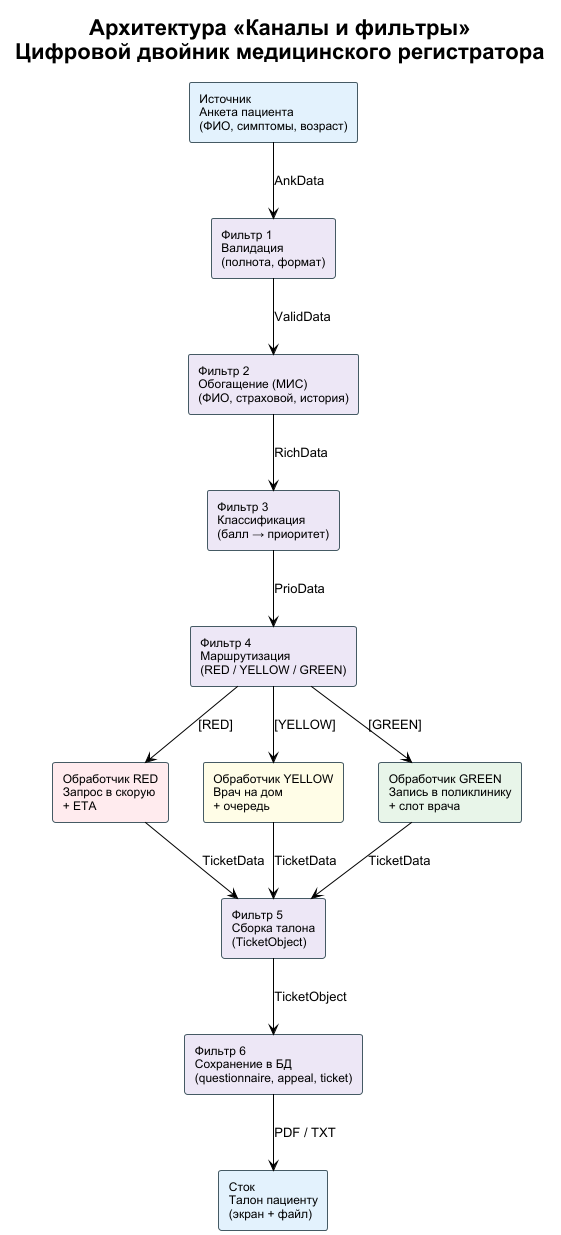
Before: docs/diagrams/pipes_filters.png, a diagram exported from PlantUML (Titan0zxc/med_registrator).
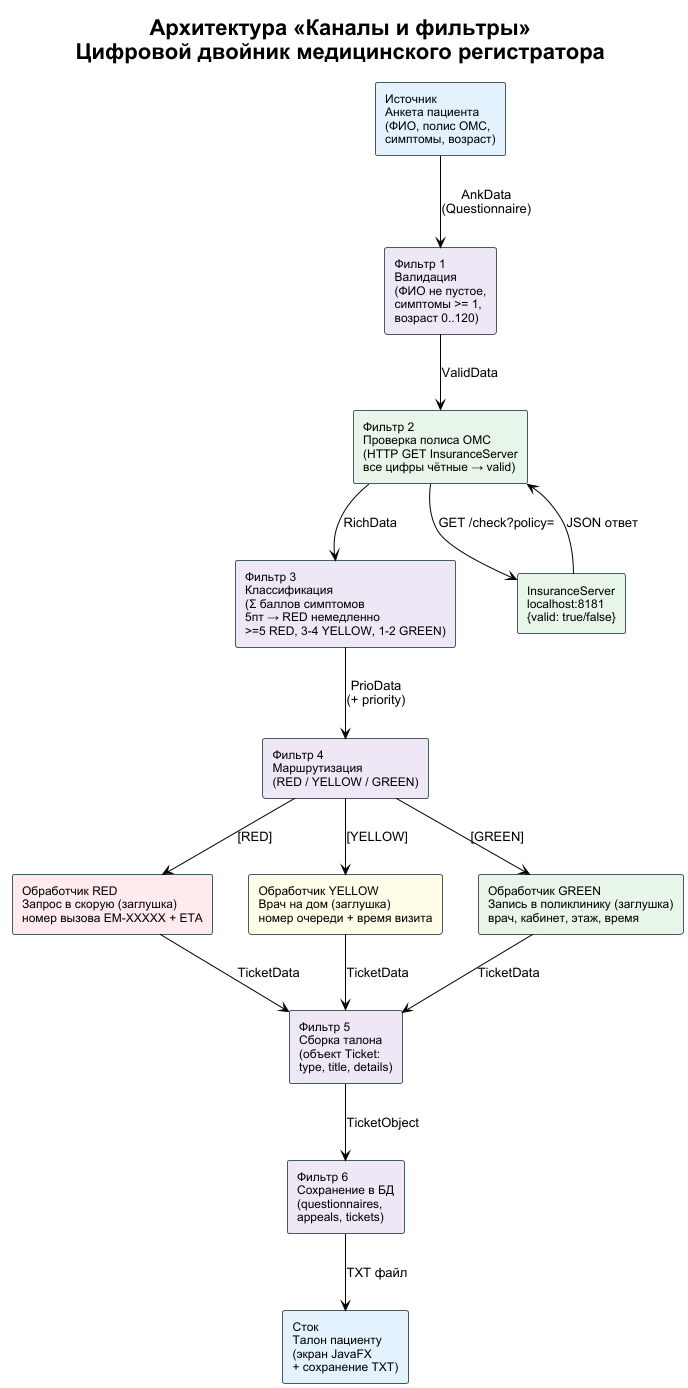
Later version of the same file.

What changed in the source:
```diff
@@ -8,24 +8,36 @@
 
 title Архитектура «Каналы и фильтры»\nЦифровой двойник медицинского регистратора
 
-rectangle "Источник\nАнкета пациента\n(ФИО, симптомы, возраст)" as SRC #E3F2FD
-rectangle "Фильтр 1\nВалидация\n(полнота, формат)" as F1 #EDE7F6
-rectangle "Фильтр 2\nОбогащение (МИС)\n(ФИО, страховой, история)" as F2 #EDE7F6
-rectangle "Фильтр 3\nКлассификация\n(балл → приоритет)" as F3 #EDE7F6
+rectangle "Источник\nАнкета пациента\n(ФИО, полис ОМС,\nсимптомы, возраст)" as SRC #E3F2FD
+
+rectangle "Фильтр 1\nВалидация\n(ФИО не пустое,\nсимптомы >= 1,\nвозраст 0..120)" as F1 #EDE7F6
+
+rectangle "Фильтр 2\nПроверка полиса ОМС\n(HTTP GET InsuranceServer\nвсе цифры чётные → valid)" as F2 #E8F5E9
+
+rectangle "Фильтр 3\nКлассификация\n(Σ баллов симптомов\n5пт → RED немедленно\n>=5 RED, 3-4 YELLOW, 1-2 GREEN)" as F3 #EDE7F6
+
 rectangle "Фильтр 4\nМаршрутизация\n(RED / YELLOW / GREEN)" as F4 #EDE7F6
 
-rectangle "Обработчик RED\nЗапрос в скорую\n+ ETA" as HRED #FFEBEE
-rectangle "Обработчик YELLOW\nВрач на дом\n+ очередь" as HYEL #FFFDE7
-rectangle "Обработчик GREEN\nЗапись в поликлинику\n+ слот врача" as HGRN #E8F5E9
+rectangle "Обработчик RED\nЗапрос в скорую (заглушка)\nномер вызова EM-XXXXX + ETA" as HRED #FFEBEE
 
-rectangle "Фильтр 5\nСборка талона\n(TicketObject)" as F5 #EDE7F6
-rectangle "Фильтр 6\nСохранение в БД\n(questionnaire, appeal, ticket)" as F6 #EDE7F6
-rectangle "Сток\nТалон пациенту\n(экран + файл)" as SNK #E3F2FD
+rectangle "Обработчик YELLOW\nВрач на дом (заглушка)\nномер очереди + время визита" as HYEL #FFFDE7
 
-SRC --> F1 : AnkData
+rectangle "Обработчик GREEN\nЗапись в поликлинику (заглушка)\nврач, кабинет, этаж, время" as HGRN #E8F5E9
+
+rectangle "Фильтр 5\nСборка талона\n(объект Ticket:\ntype, title, details)" as F5 #EDE7F6
+
+rectangle "Фильтр 6\nСохранение в БД\n(questionnaires,\nappeals, tickets)" as F6 #EDE7F6
+
+rectangle "Сток\nТалон пациенту\n(экран JavaFX\n+ сохранение TXT)" as SNK #E3F2FD
+
+rectangle "InsuranceServer\nlocalhost:8181\n{valid: true/false}" as ISRV #E8F5E9
+
+SRC --> F1 : AnkData\n(Questionnaire)
 F1 --> F2 : ValidData
+F2 --> ISRV : GET /check?policy=
+ISRV --> F2 : JSON ответ
 F2 --> F3 : RichData
-F3 --> F4 : PrioData
+F3 --> F4 : PrioData\n(+ priority)
 
 F4 --> HRED : [RED]
 F4 --> HYEL : [YELLOW]
@@ -36,5 +48,5 @@
 HGRN --> F5 : TicketData
 
 F5 --> F6 : TicketObject
-F6 --> SNK : PDF / TXT
+F6 --> SNK : TXT файл
 @enduml
```
